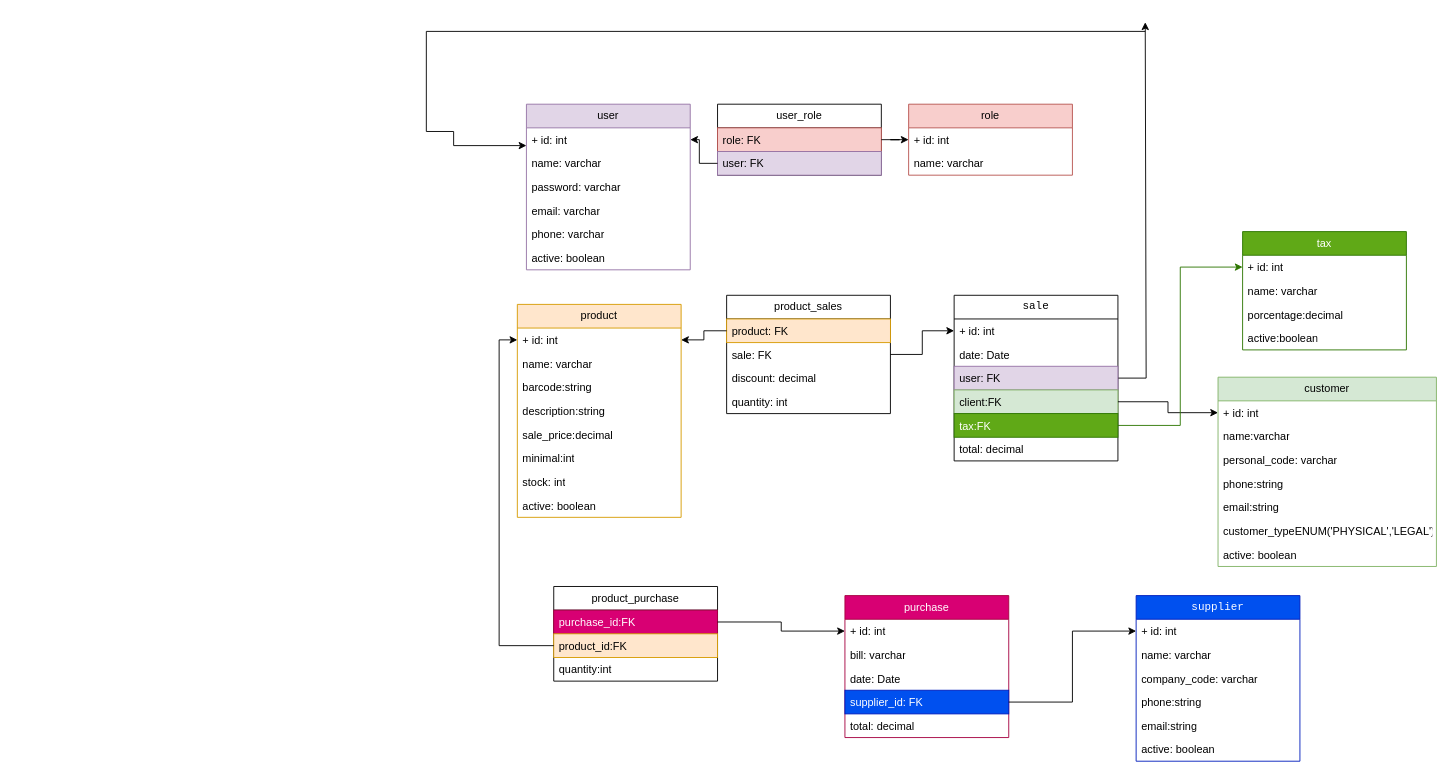
LionelStaricoff/elArgentino keeps this draw.io diagram as proyecto/elArgentino_bbdd.drawio. Above is the earlier version. Source tidied: cells renumbered, new cells numbered last; positions are measured from the earlier drawing's top-left corner, leaving out a move shared by most shapes. Both pictures are drawn from the tidied source at 91%, with x=0, y=0 at pixel (426, 22).
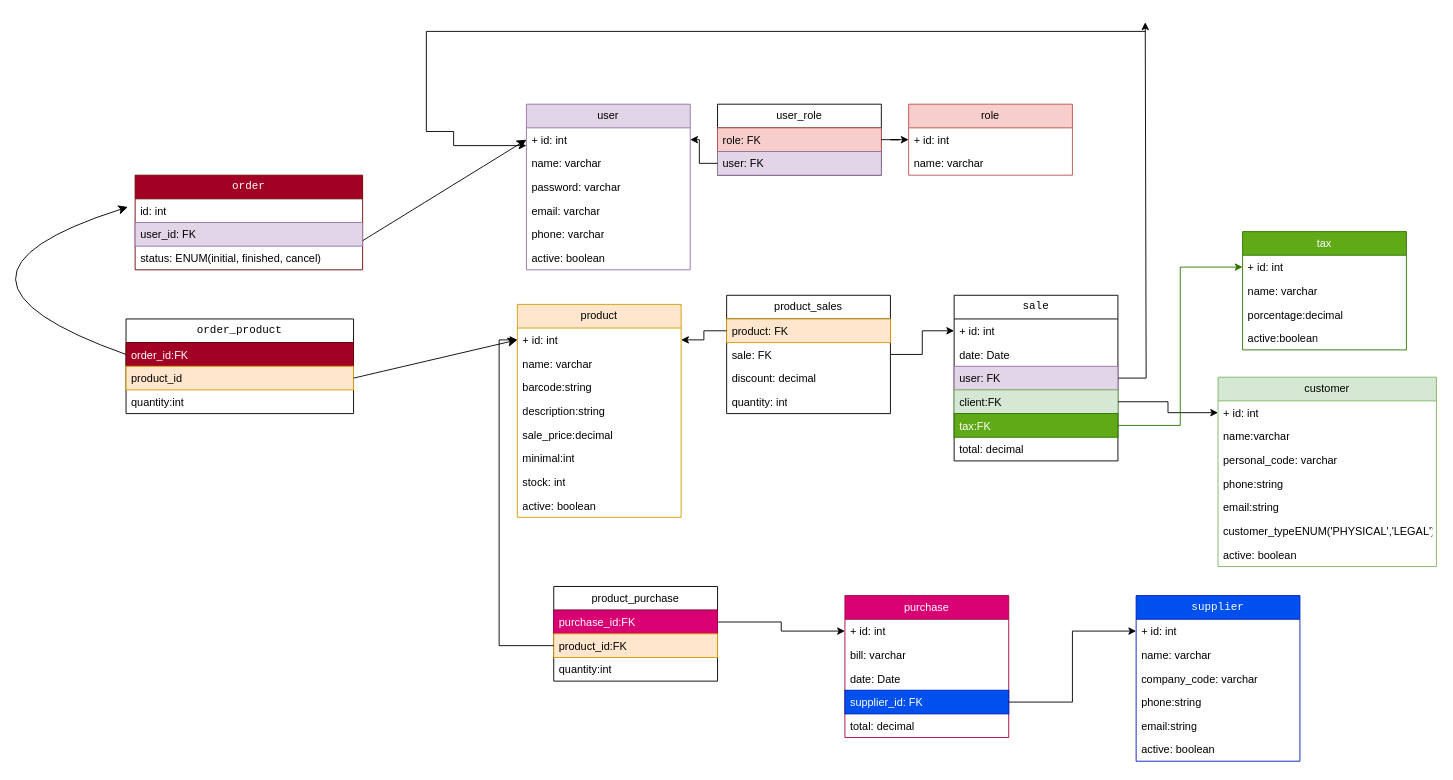
Above is the later version.

Unchanged cells that the change refers to:
```xml
<mxCell id="3" value="+ id: int" style="text;strokeColor=none;fillColor=none;align=left;verticalAlign=top;spacingLeft=4;spacingRight=4;overflow=hidden;points=[[0,0.5],[1,0.5]];portConstraint=eastwest;whiteSpace=wrap;html=1;" parent="2" vertex="1">
  <mxGeometry y="26" width="180" height="26" as="geometry" />
</mxCell>
<mxCell id="18" value="+ id: int" style="text;strokeColor=none;fillColor=none;align=left;verticalAlign=top;spacingLeft=4;spacingRight=4;overflow=hidden;points=[[0,0.5],[1,0.5]];portConstraint=eastwest;whiteSpace=wrap;html=1;" parent="17" vertex="1">
  <mxGeometry y="26" width="180" height="26" as="geometry" />
</mxCell>
```

Diff of the diagram source:
```diff
@@
+    <mxCell id="77" value="&lt;pre dir=&quot;ltr&quot; aria-label=&quot;Texto traducido&quot; style=&quot;text-align:left&quot; id=&quot;tw-target-text&quot; class=&quot;tw-data-text tw-text-large tw-ta&quot;&gt;&lt;span lang=&quot;en&quot; class=&quot;Y2IQFc&quot;&gt;order&lt;/span&gt;&lt;/pre&gt;" style="swimlane;fontStyle=0;horizontal=1;startSize=26;whiteSpace=wrap;html=1;fillColor=#a20025;fontColor=#ffffff;strokeColor=#6F0000;" parent="1" vertex="1">
+      <mxGeometry x="-320" y="168" width="250" height="104" as="geometry" />
+    </mxCell>
+    <mxCell id="78" value="id: int" style="text;align=left;verticalAlign=top;spacingLeft=4;spacingRight=4;overflow=hidden;points=[[0,0.5],[1,0.5]];portConstraint=eastwest;whiteSpace=wrap;html=1;" parent="77" vertex="1">
+      <mxGeometry y="26" width="250" height="26" as="geometry" />
+    </mxCell>
+    <mxCell id="79" value="user_id: FK" style="text;strokeColor=#9673a6;fillColor=#e1d5e7;align=left;verticalAlign=top;spacingLeft=4;spacingRight=4;overflow=hidden;whiteSpace=wrap;html=1;" parent="77" vertex="1">
+      <mxGeometry y="52" width="250" height="26" as="geometry" />
+    </mxCell>
+    <mxCell id="80" value="status: ENUM(initial, finished, cancel)" style="text;strokeColor=none;fillColor=none;align=left;verticalAlign=top;spacingLeft=4;spacingRight=4;overflow=hidden;whiteSpace=wrap;html=1;" parent="77" vertex="1">
+      <mxGeometry y="78" width="250" height="26" as="geometry" />
+    </mxCell>
+    <mxCell id="81" value="&lt;pre dir=&quot;ltr&quot; aria-label=&quot;Texto traducido&quot; style=&quot;text-align:left&quot; id=&quot;tw-target-text&quot; class=&quot;tw-data-text tw-text-large tw-ta&quot;&gt;&lt;span lang=&quot;en&quot; class=&quot;Y2IQFc&quot;&gt;order_product&lt;/span&gt;&lt;/pre&gt;" style="swimlane;fontStyle=0;horizontal=1;startSize=26;whiteSpace=wrap;html=1;" parent="1" vertex="1">
+      <mxGeometry x="-330" y="326" width="250" height="104" as="geometry" />
+    </mxCell>
+    <mxCell id="82" value="order_id:FK" style="text;strokeColor=#6F0000;fillColor=#a20025;align=left;verticalAlign=top;spacingLeft=4;spacingRight=4;overflow=hidden;points=[[0,0.5],[1,0.5]];portConstraint=eastwest;whiteSpace=wrap;html=1;fontColor=#ffffff;" parent="81" vertex="1">
+      <mxGeometry y="26" width="250" height="26" as="geometry" />
+    </mxCell>
+    <mxCell id="83" value="product_id" style="text;strokeColor=#d79b00;fillColor=#ffe6cc;align=left;verticalAlign=top;spacingLeft=4;spacingRight=4;overflow=hidden;points=[[0,0.5],[1,0.5]];portConstraint=eastwest;whiteSpace=wrap;html=1;" parent="81" vertex="1">
+      <mxGeometry y="52" width="250" height="26" as="geometry" />
+    </mxCell>
+    <mxCell id="84" value="quantity:int" style="text;strokeColor=none;fillColor=none;align=left;verticalAlign=top;spacingLeft=4;spacingRight=4;overflow=hidden;whiteSpace=wrap;html=1;" parent="81" vertex="1">
+      <mxGeometry y="78" width="250" height="26" as="geometry" />
+    </mxCell>
+    <mxCell id="85" style="edgeStyle=none;curved=1;rounded=0;jettySize=auto;html=1;entryX=0;entryY=0.5;entryDx=0;entryDy=0;fontSize=12;startSize=8;endSize=8;exitX=1;exitY=0.5;exitDx=0;exitDy=0;" parent="1" edge="1" source="83" target="18">
+      <mxGeometry relative="1" as="geometry" />
+    </mxCell>
+    <mxCell id="86" style="edgeStyle=none;curved=1;rounded=0;jettySize=auto;html=1;entryX=0;entryY=0.5;entryDx=0;entryDy=0;fontSize=12;startSize=8;endSize=8;" parent="1" edge="1" target="3">
+      <mxGeometry relative="1" as="geometry">
+        <mxPoint x="-70" y="240" as="sourcePoint" />
+      </mxGeometry>
+    </mxCell>
+    <mxCell id="87" style="edgeStyle=none;curved=1;rounded=0;jettySize=auto;html=1;entryX=-0.032;entryY=0.346;entryDx=0;entryDy=0;entryPerimeter=0;fontSize=12;startSize=8;endSize=8;exitX=0;exitY=0.5;exitDx=0;exitDy=0;" parent="1" edge="1" source="82" target="78">
+      <mxGeometry relative="1" as="geometry">
+        <Array as="points">
+          <mxPoint x="-570" y="280" />
+        </Array>
+      </mxGeometry>
+    </mxCell>
```
